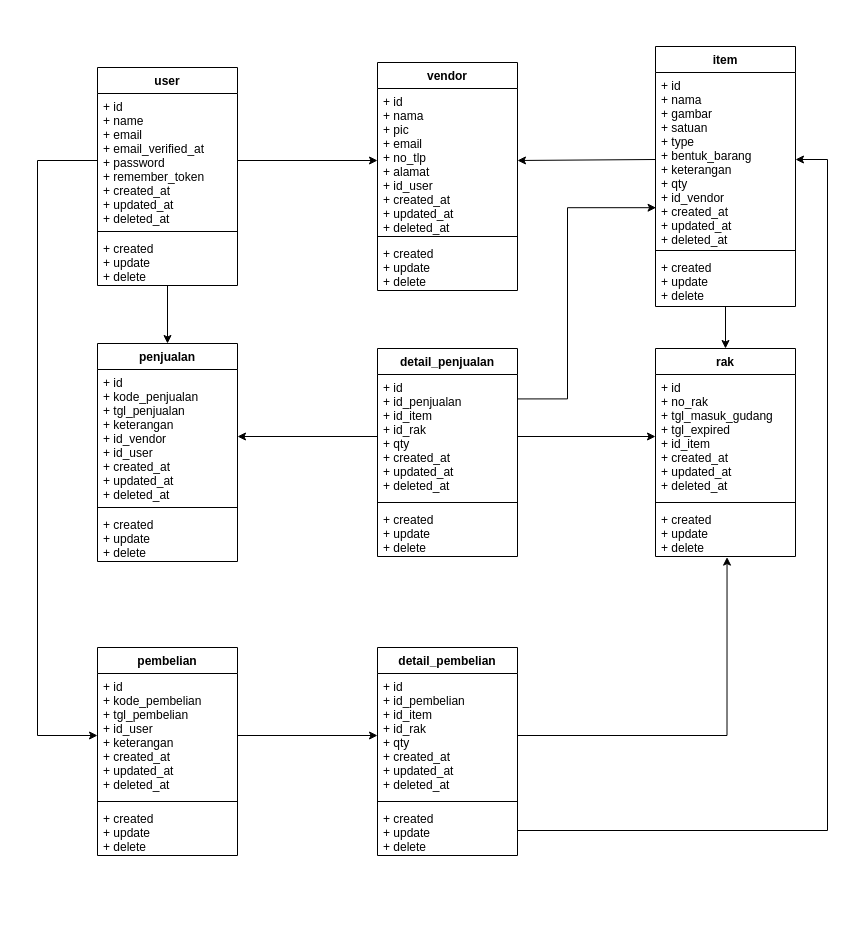
The draw.io diagram public/DOKUMENTASI/Class diagram.drawio in ArsalanThufailWisandi/erp-warehouse, before the edit. Source tidied: cells renumbered, new cells numbered last; positions are measured from the earlier drawing's top-left corner, leaving out a move shared by most shapes. Both pictures are drawn from the tidied source at 100%, with x=0, y=0 at pixel (17, 17).
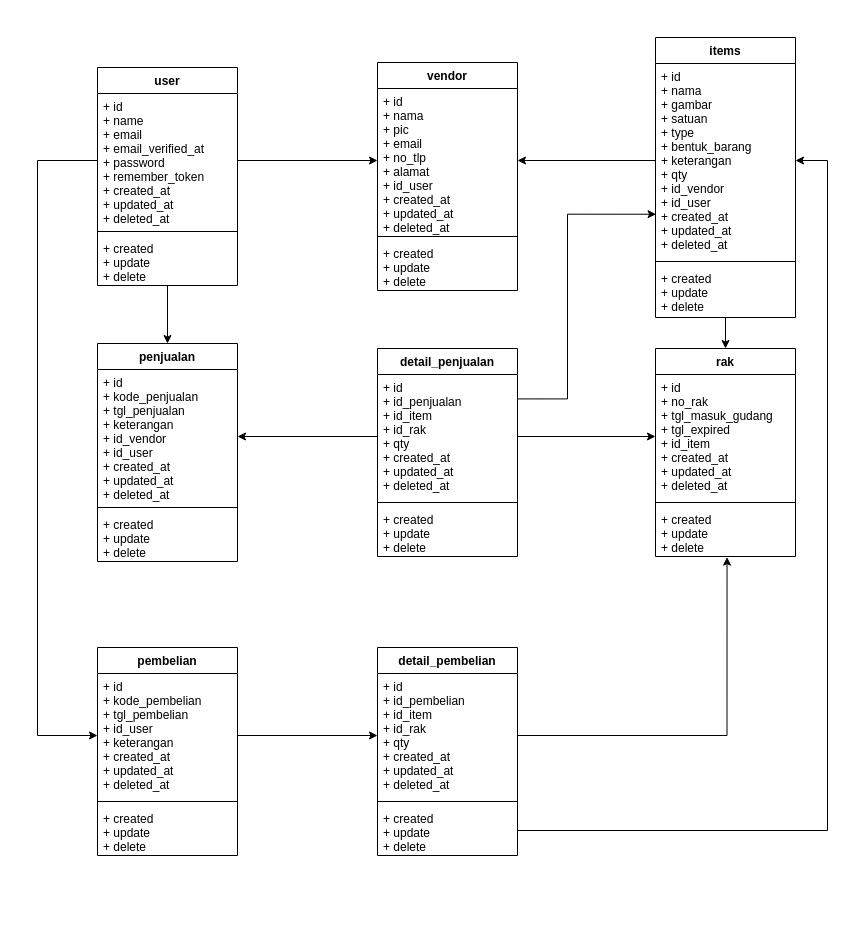
Above is the later version.

The change refers to these unchanged cells:
```xml
<mxCell id="31" value="+ id&#10;+ id_penjualan&#10;+ id_item&#10;+ id_rak&#10;+ qty&#10;+ created_at&#10;+ updated_at&#10;+ deleted_at" style="text;strokeColor=none;fillColor=none;align=left;verticalAlign=top;spacingLeft=4;spacingRight=4;overflow=hidden;points=[[0,0.5],[1,0.5]];portConstraint=eastwest;" parent="30" vertex="1">
  <mxGeometry y="26" width="140" height="124" as="geometry" />
</mxCell>
```

Diff of the diagram source:
```diff
@@
-    <mxCell id="17" value="item" style="swimlane;fontStyle=1;align=center;verticalAlign=top;horizontal=1;startSize=26;" parent="1" vertex="1">
-      <mxGeometry x="638" y="29" width="140" height="260" as="geometry" />
+    <mxCell id="17" value="items" style="swimlane;fontStyle=1;align=center;verticalAlign=top;horizontal=1;startSize=26;" parent="1" vertex="1">
+      <mxGeometry x="638" y="20" width="140" height="280" as="geometry" />
     </mxCell>
-    <mxCell id="18" value="+ id&#10;+ nama&#10;+ gambar&#10;+ satuan&#10;+ type&#10;+ bentuk_barang&#10;+ keterangan&#10;+ qty&#10;+ id_vendor&#10;+ created_at&#10;+ updated_at&#10;+ deleted_at" style="text;strokeColor=none;fillColor=none;align=left;verticalAlign=top;spacingLeft=4;spacingRight=4;overflow=hidden;points=[[0,0.5],[1,0.5]];portConstraint=eastwest;" parent="17" vertex="1">
-      <mxGeometry y="26" width="140" height="174" as="geometry" />
+    <mxCell id="18" value="+ id&#10;+ nama&#10;+ gambar&#10;+ satuan&#10;+ type&#10;+ bentuk_barang&#10;+ keterangan&#10;+ qty&#10;+ id_vendor&#10;+ id_user&#10;+ created_at&#10;+ updated_at&#10;+ deleted_at" style="text;strokeColor=none;fillColor=none;align=left;verticalAlign=top;spacingLeft=4;spacingRight=4;overflow=hidden;points=[[0,0.5],[1,0.5]];portConstraint=eastwest;" parent="17" vertex="1">
+      <mxGeometry y="26" width="140" height="194" as="geometry" />
     </mxCell>
     <mxCell id="19" style="line;strokeWidth=1;fillColor=none;align=left;verticalAlign=middle;spacingTop=-1;spacingLeft=3;spacingRight=3;labelPosition=right;" parent="17" vertex="1">
-      <mxGeometry y="200" width="140" height="8" as="geometry" />
+      <mxGeometry y="220" width="140" height="8" as="geometry" />
     </mxCell>
     <mxCell id="20" value="+ created&#10;+ update&#10;+ delete" style="text;strokeColor=none;fillColor=none;align=left;verticalAlign=top;spacingLeft=4;spacingRight=4;overflow=hidden;points=[[0,0.5],[1,0.5]];portConstraint=eastwest;" parent="17" vertex="1">
-      <mxGeometry y="208" width="140" height="52" as="geometry" />
+      <mxGeometry y="228" width="140" height="52" as="geometry" />
     </mxCell>
@@
     <mxCell id="47" style="rounded=0;jettySize=auto;html=1;entryX=1;entryY=0.197;entryDx=0;entryDy=0;exitX=0.004;exitY=0.777;exitDx=0;exitDy=0;edgeStyle=orthogonalEdgeStyle;elbow=vertical;exitPerimeter=0;entryPerimeter=0;startArrow=classic;startFill=1;endArrow=none;endFill=0;" parent="1" edge="1" source="18" target="31">
       <mxGeometry relative="1" as="geometry">
         <Array as="points">
-          <mxPoint x="550" y="190" />
+          <mxPoint x="550" y="197" />
           <mxPoint x="550" y="381" />
         </Array>
       </mxGeometry>
     </mxCell>
```
